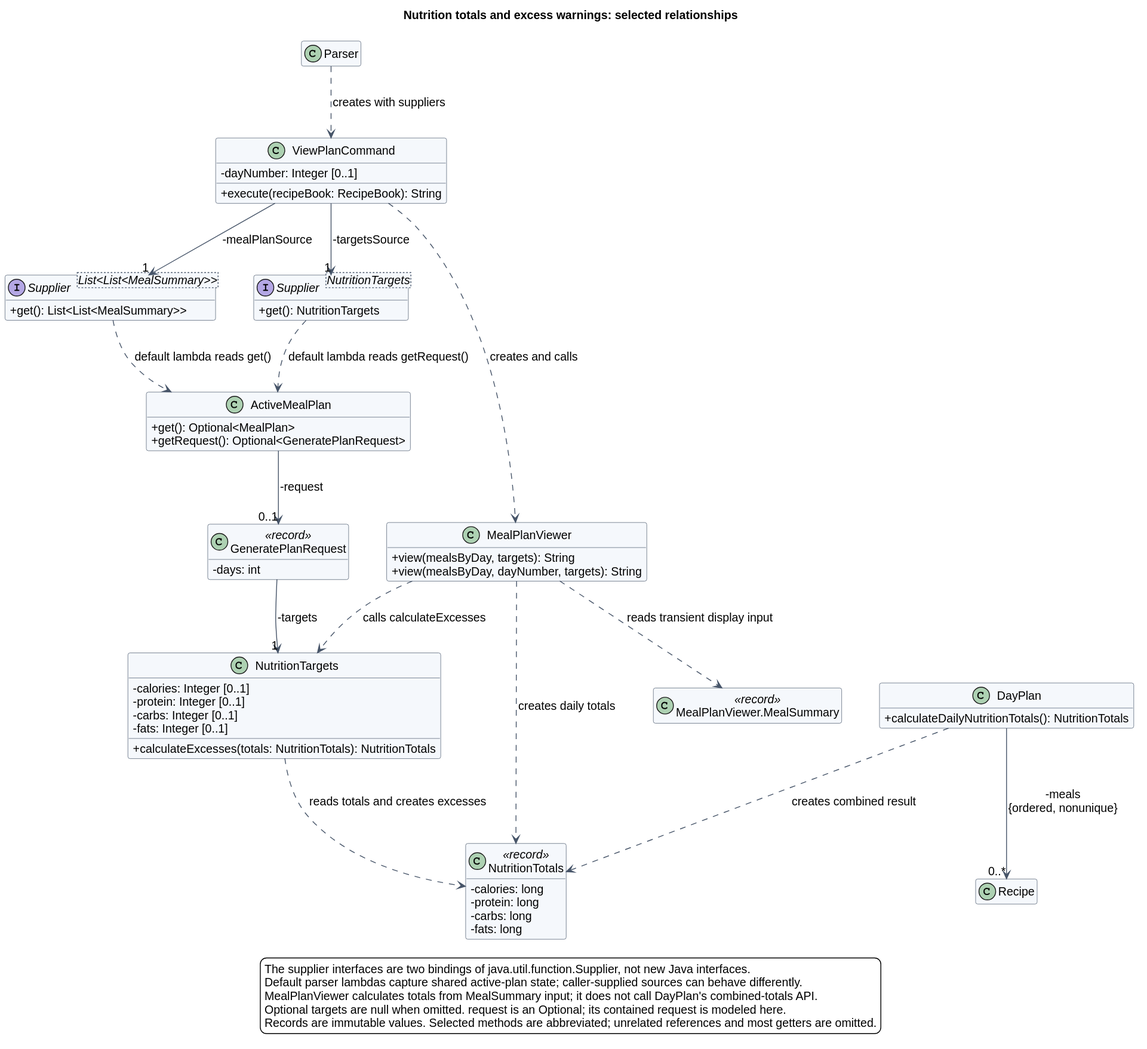
This is docs/images/oilybikechain/nutrition-classes.svg from AY2627S1-CS2113-W13-4/tp, a PlantUML export, as it was before one commit. Its diagram source:
```plantuml
@startuml
!pragma layout smetana
!include ../shortfall/style.iuml
title Nutrition totals and excess warnings: selected relationships
top to bottom direction
skinparam nodesep 45
skinparam ranksep 65
hide empty members

class Parser
class ViewPlanCommand {
  - dayNumber: Integer [0..1]
  + execute(recipeBook: RecipeBook): String
}
interface "Supplier<List<List<MealSummary>>>" as MealsSource {
  + get(): List<List<MealSummary>>
}
interface "Supplier<NutritionTargets>" as TargetsSource {
  + get(): NutritionTargets
}
class ActiveMealPlan {
  + get(): Optional<MealPlan>
  + getRequest(): Optional<GeneratePlanRequest>
}
class GeneratePlanRequest <<record>> {
  - days: int
}
class NutritionTargets {
  - calories: Integer [0..1]
  - protein: Integer [0..1]
  - carbs: Integer [0..1]
  - fats: Integer [0..1]
  + calculateExcesses(totals: NutritionTotals): NutritionTotals
}
class NutritionTotals <<record>> {
  - calories: long
  - protein: long
  - carbs: long
  - fats: long
}
class MealPlanViewer {
  + view(mealsByDay, targets): String
  + view(mealsByDay, dayNumber, targets): String
}
class "MealPlanViewer.MealSummary" as MealSummary <<record>>
class DayPlan {
  + calculateDailyNutritionTotals(): NutritionTotals
}
class Recipe

Parser ..> ViewPlanCommand : creates with suppliers
ViewPlanCommand --> "1" MealsSource : -mealPlanSource
ViewPlanCommand --> "1" TargetsSource : -targetsSource
MealsSource ..> ActiveMealPlan : default lambda reads get()
TargetsSource ..> ActiveMealPlan : default lambda reads getRequest()
ActiveMealPlan --> "0..1" GeneratePlanRequest : -request
GeneratePlanRequest --> "1" NutritionTargets : -targets
ViewPlanCommand ..> MealPlanViewer : creates and calls
MealPlanViewer ..> MealSummary : reads transient display input
MealPlanViewer ..> NutritionTotals : creates daily totals
MealPlanViewer ..> NutritionTargets : calls calculateExcesses
NutritionTargets ..> NutritionTotals : reads totals and creates excesses
DayPlan --> "0..*" Recipe : -meals\n{ordered, nonunique}
DayPlan ..> NutritionTotals : creates combined result

legend bottom
  The supplier interfaces are two bindings of java.util.function.Supplier, not new Java interfaces.
  Default parser lambdas capture shared active-plan state; caller-supplied sources can behave differently.
  MealPlanViewer calculates totals from MealSummary input; it does not call DayPlan's combined-totals API.
  Optional targets are null when omitted. request is an Optional; its contained request is modeled here.
  Records are immutable values. Selected methods are abbreviated; unrelated references and most getters are omitted.
endlegend
@enduml
```
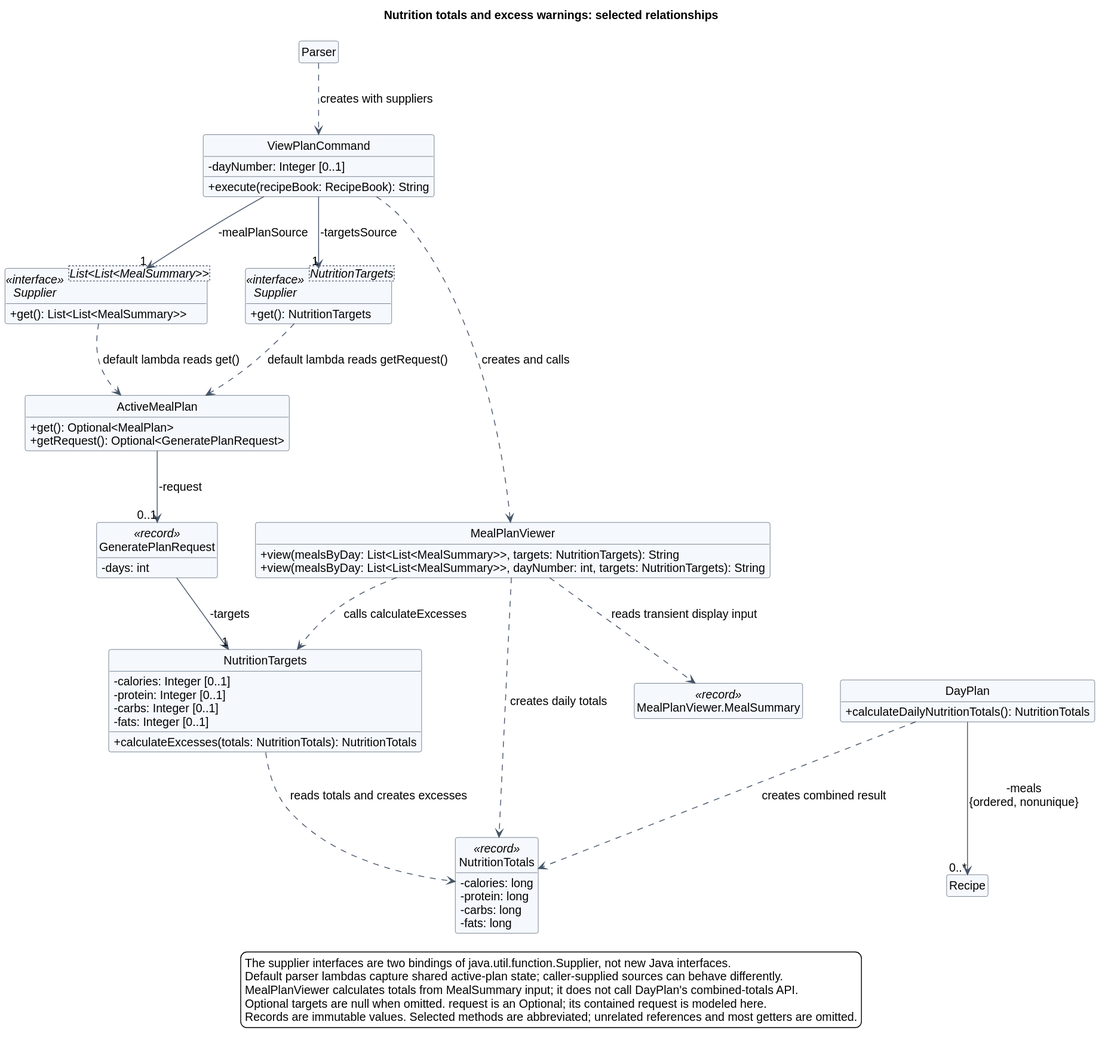
After the commit.

The edit, as a diff of the source:
```diff
@@ -12,10 +12,10 @@
   - dayNumber: Integer [0..1]
   + execute(recipeBook: RecipeBook): String
 }
-interface "Supplier<List<List<MealSummary>>>" as MealsSource {
+interface "Supplier<List<List<MealSummary>>>" as MealsSource <<interface>> {
   + get(): List<List<MealSummary>>
 }
-interface "Supplier<NutritionTargets>" as TargetsSource {
+interface "Supplier<NutritionTargets>" as TargetsSource <<interface>> {
   + get(): NutritionTargets
 }
 class ActiveMealPlan {
@@ -39,8 +39,8 @@
   - fats: long
 }
 class MealPlanViewer {
-  + view(mealsByDay, targets): String
-  + view(mealsByDay, dayNumber, targets): String
+  + view(mealsByDay: List<List<MealSummary>>, targets: NutritionTargets): String
+  + view(mealsByDay: List<List<MealSummary>>, dayNumber: int, targets: NutritionTargets): String
 }
 class "MealPlanViewer.MealSummary" as MealSummary <<record>>
 class DayPlan {
```
